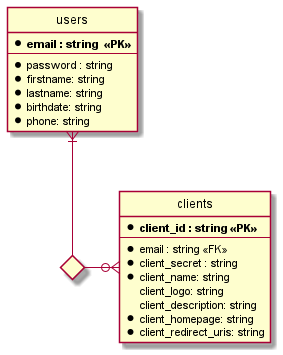
Before: docs/diagrams/out/__WorkspaceFolder__/sequence-diagram/blockchain/er-diagram/er-diagram.png, a diagram exported from PlantUML (Kritsanawipankhet/CE64-41). Its diagram source:
```plantuml
@startuml
hide circle

skinparam linetype ortho



entity "users"  {
    * **email : string  <<PK>>**
    --
    *password : string
    *firstname: string
    *lastname: string
    *birthdate: string
    *phone: string
}


entity "clients"  {
  * **client_id : string <<PK>> **
  --
  *email : string <<FK>>
  *client_secret : string
  *client_name: string
  client_logo: string
  client_description: string
  *client_homepage: string
  *client_redirect_uris: string
}

<> manages
users }|-- manages
manages -o{ clients






@enduml
```
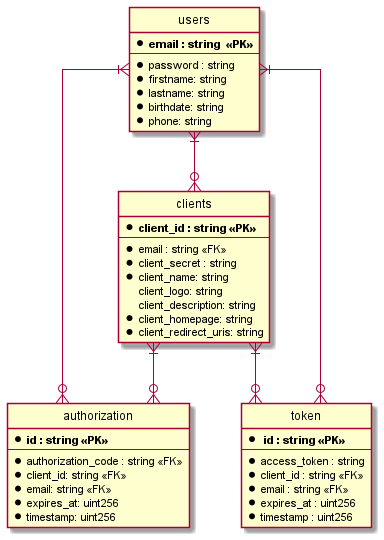
The same file after the commit.

Diff of the diagram source:
```diff
@@ -28,13 +28,33 @@
   *client_redirect_uris: string
 }
 
-<> manages
-users }|-- manages
-manages -o{ clients
+
+entity "authorization"  {
+  * **id : string <<PK>> **
+  --
+  *authorization_code : string <<FK>>
+  *client_id: string <<FK>>
+  *email: string <<FK>>
+  *expires_at: uint256
+  *timestamp: uint256
+}
+
+entity "token"  {
+  * ** id : string <<PK>> **
+  --
+  *access_token : string
+  *client_id : string <<FK>>
+  *email : string <<FK>>
+  *expires_at : uint256
+  *timestamp : uint256
+}
 
 
 
-
-
+"users" }|--o{ "clients"
+"users" }|--o{ "authorization"
+"users" }|--o{ "token"
+"clients" }|--o{ "authorization"
+"clients" }|--o{ "token"
 
 @enduml
```
